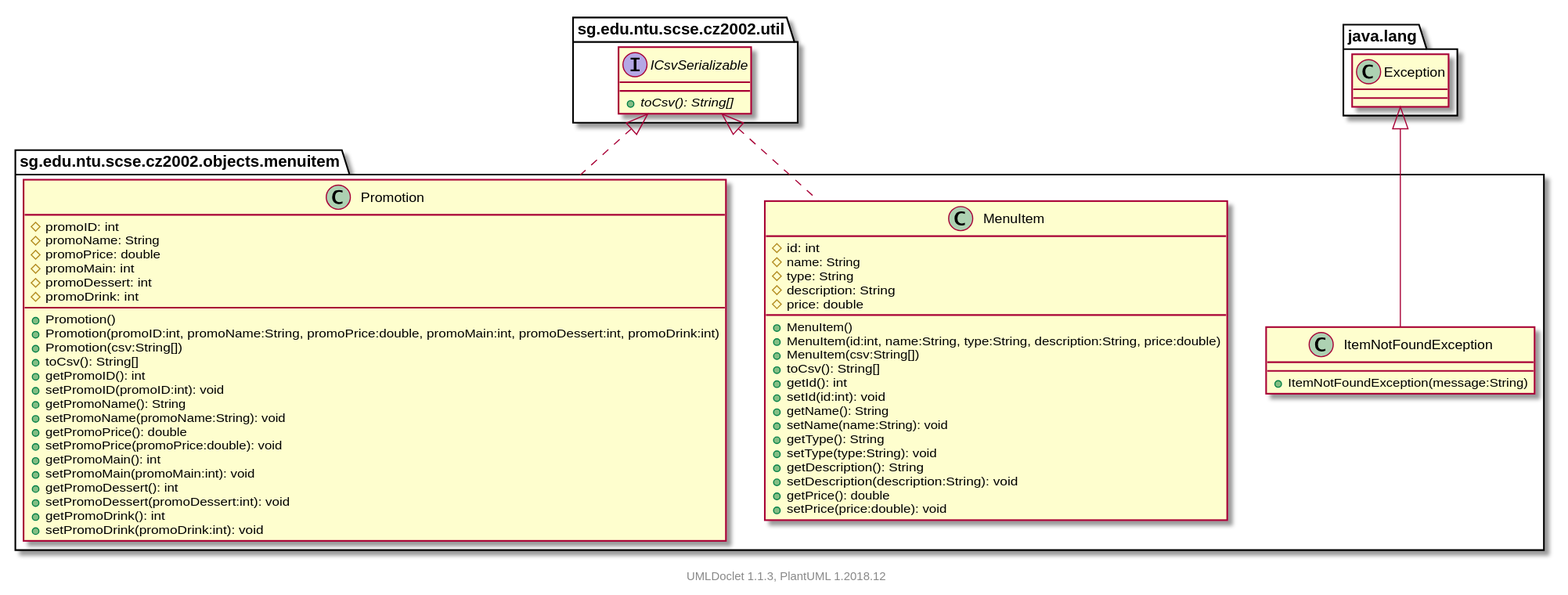
This is projects/oodp/html/umlversion/uml/sg.edu.ntu.scse.cz2002.objects.menuitem.package.svg from itachi1706/How-to-use-Git-NTUSCSE1819-Site, a PlantUML export, as it was before one commit.
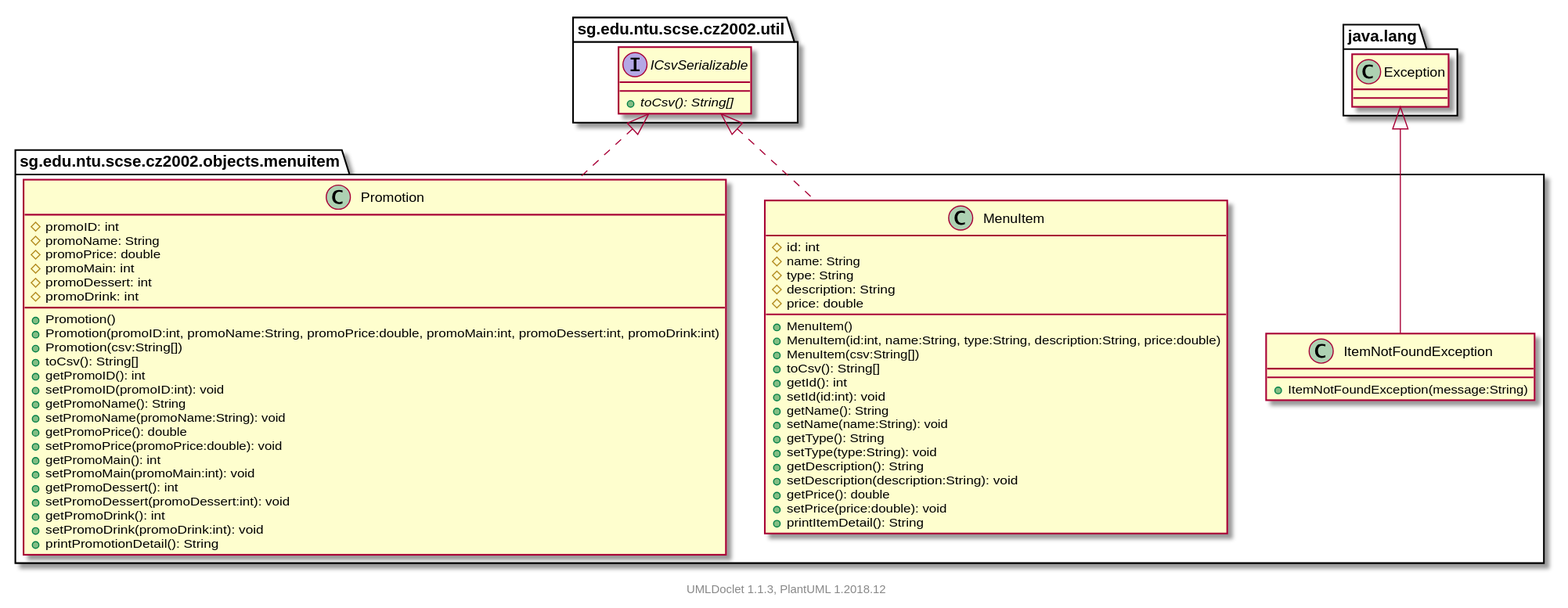
Above is the later version.

The edit, as a diff of the source:
```diff
@@ -22,6 +22,7 @@
             +setDescription(description:String): void
             +getPrice(): double
             +setPrice(price:double): void
+            +printItemDetail(): String
         }
 
         class ItemNotFoundException [[../sg/edu/ntu/scse/cz2002/objects/menuitem/ItemNotFoundException.html]] {
@@ -51,6 +52,7 @@
             +setPromoDessert(promoDessert:int): void
             +getPromoDrink(): int
             +setPromoDrink(promoDrink:int): void
+            +printPromotionDetail(): String
         }
 
         interface sg.edu.ntu.scse.cz2002.util.ICsvSerializable {
```
